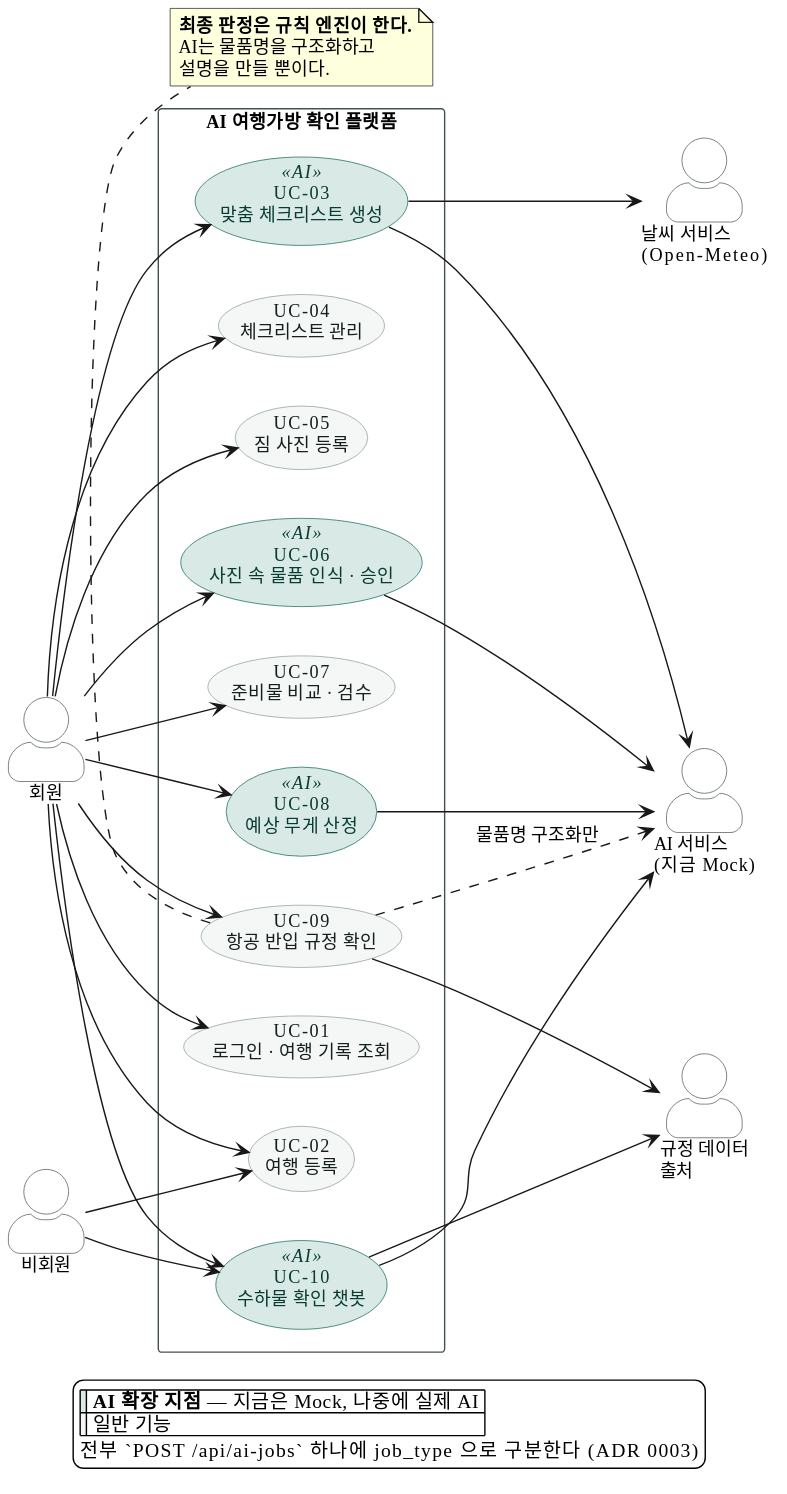
Earlier version of the PlantUML export docs/images/02-usecase.svg (SangMyeong5426/skala-mini-ai-web-service).
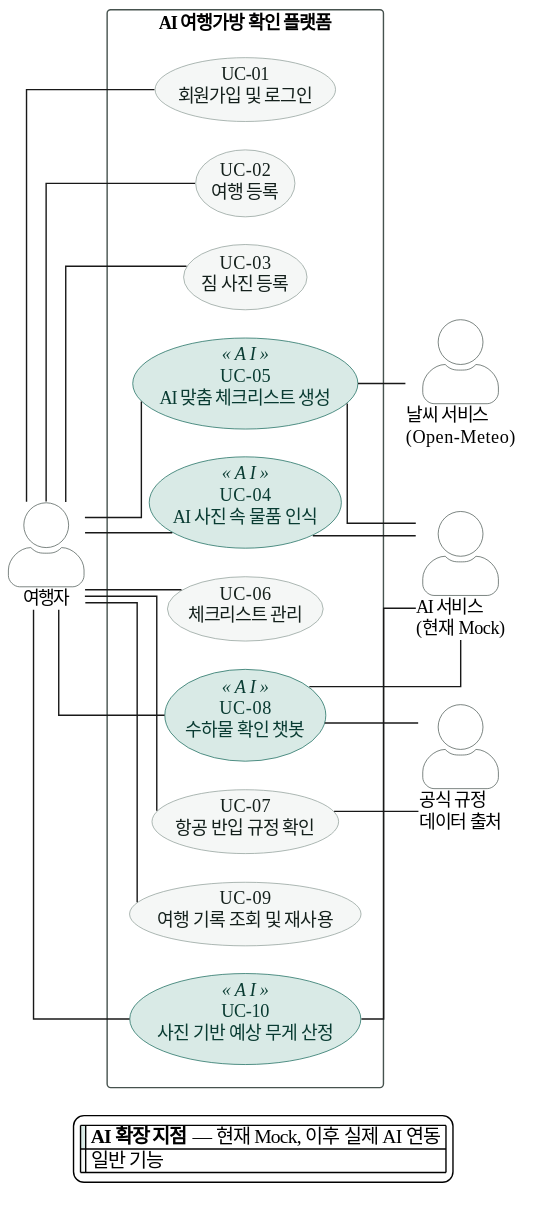
After the commit.

Diff of the diagram source:
```diff
@@ -3,6 +3,9 @@
 left to right direction
 skinparam backgroundColor #FFFFFF
 skinparam shadowing false
+skinparam linetype ortho
+skinparam nodesep 20
+skinparam ranksep 25
 skinparam defaultFontName "Apple SD Gothic Neo"
 skinparam defaultFontSize 13
 skinparam actorStyle awesome
@@ -24,61 +27,56 @@
   FontStyle bold
 }
 
-actor "회원" as MEMBER
-actor "비회원" as GUEST
-
-actor "AI 서비스\n(지금 Mock)" as AI
-actor "규정 데이터\n출처" as RULES
-actor "날씨 서비스\n(Open-Meteo)" as WEATHER
+actor "여행자" as TRAVELER
 
 rectangle "AI 여행가방 확인 플랫폼" {
+  usecase "UC-01\n회원가입 및 로그인" as UC01
+  usecase "UC-02\n여행 등록" as UC02
+  usecase "UC-03\n짐 사진 등록" as UC03
+  usecase "UC-04\nAI 사진 속 물품 인식" as UC04 <<AI>>
+  usecase "UC-05\nAI 맞춤 체크리스트 생성" as UC05 <<AI>>
+  usecase "UC-06\n체크리스트 관리" as UC06
+  usecase "UC-07\n항공 반입 규정 확인" as UC07
+  usecase "UC-08\n수하물 확인 챗봇" as UC08 <<AI>>
+  usecase "UC-09\n여행 기록 조회 및 재사용" as UC09
+  usecase "UC-10\n사진 기반 예상 무게 산정" as UC10 <<AI>>
 
-  usecase "UC-01\n로그인 · 여행 기록 조회" as UC01
-  usecase "UC-02\n여행 등록" as UC02
-  usecase "UC-03\n맞춤 체크리스트 생성" as UC03 <<AI>>
-  usecase "UC-04\n체크리스트 관리" as UC04
-  usecase "UC-05\n짐 사진 등록" as UC05
-  usecase "UC-06\n사진 속 물품 인식 · 승인" as UC06 <<AI>>
-  usecase "UC-07\n준비물 비교 · 검수" as UC07
-  usecase "UC-08\n예상 무게 산정" as UC08 <<AI>>
-  usecase "UC-09\n항공 반입 규정 확인" as UC09
-  usecase "UC-10\n수하물 확인 챗봇" as UC10 <<AI>>
+  UC10 -[hidden]right- UC09
+  UC09 -[hidden]right- UC08
+  UC08 -[hidden]right- UC07
+  UC07 -[hidden]right- UC06
+  UC06 -[hidden]right- UC05
+  UC05 -[hidden]right- UC04
+  UC04 -[hidden]right- UC03
+  UC03 -[hidden]right- UC02
+  UC02 -[hidden]right- UC01
 }
 
-MEMBER --> UC01
-MEMBER --> UC02
-MEMBER --> UC03
-MEMBER --> UC04
-MEMBER --> UC05
-MEMBER --> UC06
-MEMBER --> UC07
-MEMBER --> UC08
-MEMBER --> UC09
-MEMBER --> UC10
+actor "AI 서비스\n(현재 Mock)" as AI
+actor "날씨 서비스\n(Open-Meteo)" as WEATHER
+actor "공식 규정\n데이터 출처" as RULES
 
-GUEST --> UC02
-GUEST --> UC10
+TRAVELER -- UC01
+TRAVELER -- UC02
+TRAVELER -- UC03
+TRAVELER -- UC04
+TRAVELER -- UC05
+TRAVELER -- UC06
+TRAVELER -- UC07
+TRAVELER -- UC08
+TRAVELER -- UC09
+TRAVELER -- UC10
 
-UC03 --> AI
-UC06 --> AI
-UC08 --> AI
-UC10 --> AI
-UC09 ..> AI : 물품명 구조화만
-
-UC09 --> RULES
-UC10 --> RULES
-UC03 --> WEATHER
-
-
-note bottom of UC09
-  **최종 판정은 규칙 엔진이 한다.**
-  AI는 물품명을 구조화하고
-  설명을 만들 뿐이다.
-end note
+UC04 -- AI
+UC05 -- AI
+UC08 -- AI
+UC10 -- AI
+UC05 -- WEATHER
+UC07 -- RULES
+UC08 -- RULES
 
 legend bottom
-  |<#D9EAE6>| **AI 확장 지점** — 지금은 Mock, 나중에 실제 AI |
+  |<#D9EAE6>| **AI 확장 지점** — 현재 Mock, 이후 실제 AI 연동 |
   |<#F5F7F6>| 일반 기능 |
-  전부 `POST /api/ai-jobs` 하나에 job_type 으로 구분한다 (ADR 0003)
 endlegend
 @enduml
```
